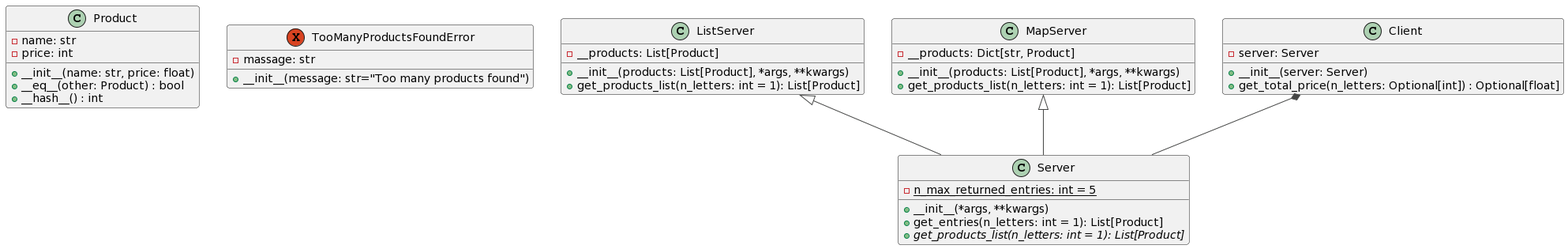
Vic0303/servers_project keeps this PlantUML diagram as Server_UML.png. Above is the earlier version.
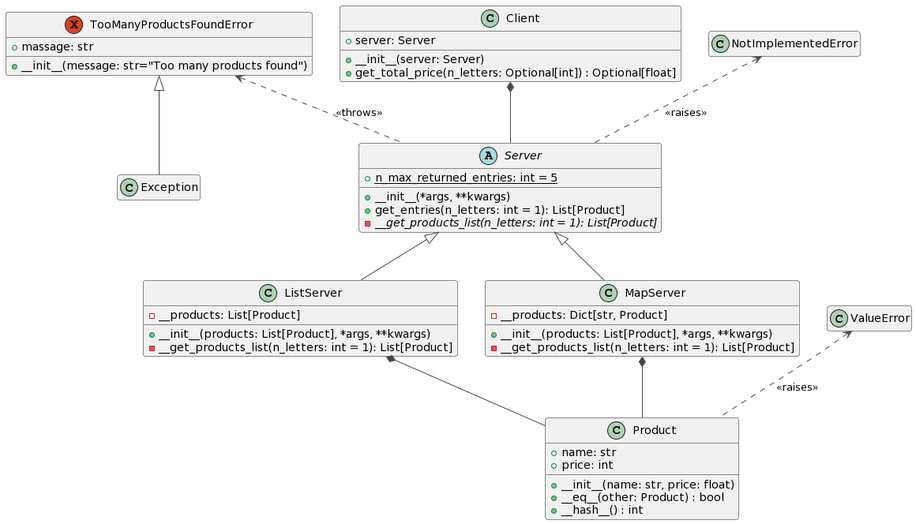
The same diagram one commit later.

Commit message:
UML - poprawione

Change to the diagram source:
```diff
@@ -1,44 +1,59 @@
 @startuml
 !theme vibrant
+hide empty members
+
 class Product {
- - name: str
- - price: int
+ + name: str
+ + price: int
  + __init__(name: str, price: float)
  + __eq__(other: Product) : bool
  + __hash__() : int
 }
 
 exception TooManyProductsFoundError{
- - massage: str
+ + massage: str
  + __init__(message: str="Too many products found")
 }
 
-class Server{
- - {static} n_max_returned_entries: int = 5
+abstract class Server{
+ + {static} n_max_returned_entries: int = 5
  + __init__(*args, **kwargs)
  + get_entries(n_letters: int = 1): List[Product]
- + {abstract} get_products_list(n_letters: int = 1): List[Product]
+ - {abstract} __get_products_list(n_letters: int = 1): List[Product]
 }
 
 class ListServer{
  - __products: List[Product]
  + __init__(products: List[Product], *args, **kwargs)
- + get_products_list(n_letters: int = 1): List[Product]
+ - __get_products_list(n_letters: int = 1): List[Product]
 }
 
 class MapServer{
  - __products: Dict[str, Product]
  + __init__(products: List[Product], *args, **kwargs)
- + get_products_list(n_letters: int = 1): List[Product]
+ - __get_products_list(n_letters: int = 1): List[Product]
 }
 
 class Client{
- - server: Server
+ + server: Server
  + __init__(server: Server)
  + get_total_price(n_letters: Optional[int]) : Optional[float]
 }
 
-ListServer <|-- Server
-MapServer <|-- Server
+class NotImplementedError
+class ValueError
+
+MapServer *-- Product
+ListServer *-- Product
 Client *-- Server
+
+
+Server <|-- ListServer
+Server <|-- MapServer
+
+TooManyProductsFoundError <.. Server : <<throws>>
+TooManyProductsFoundError <|-- Exception
+
+NotImplementedError <.. Server : <<raises>>
+ValueError <.. Product : <<raises>>
 @enduml
```
